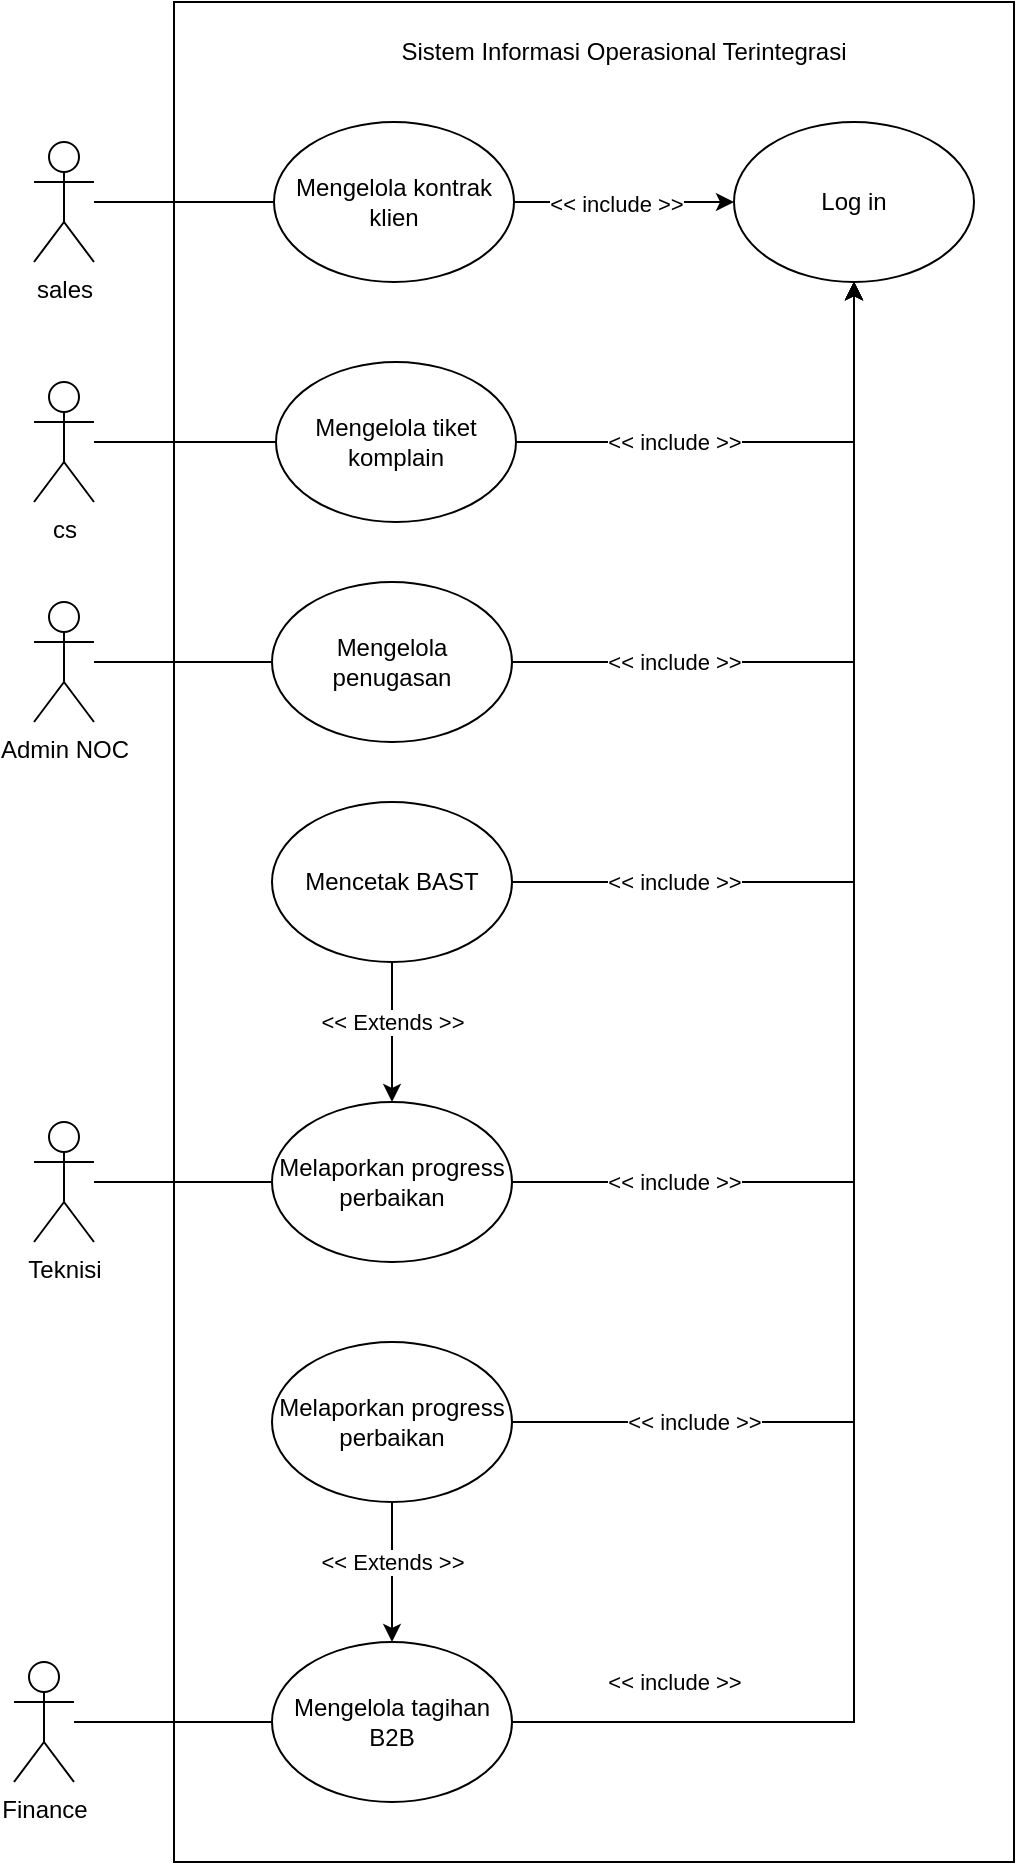
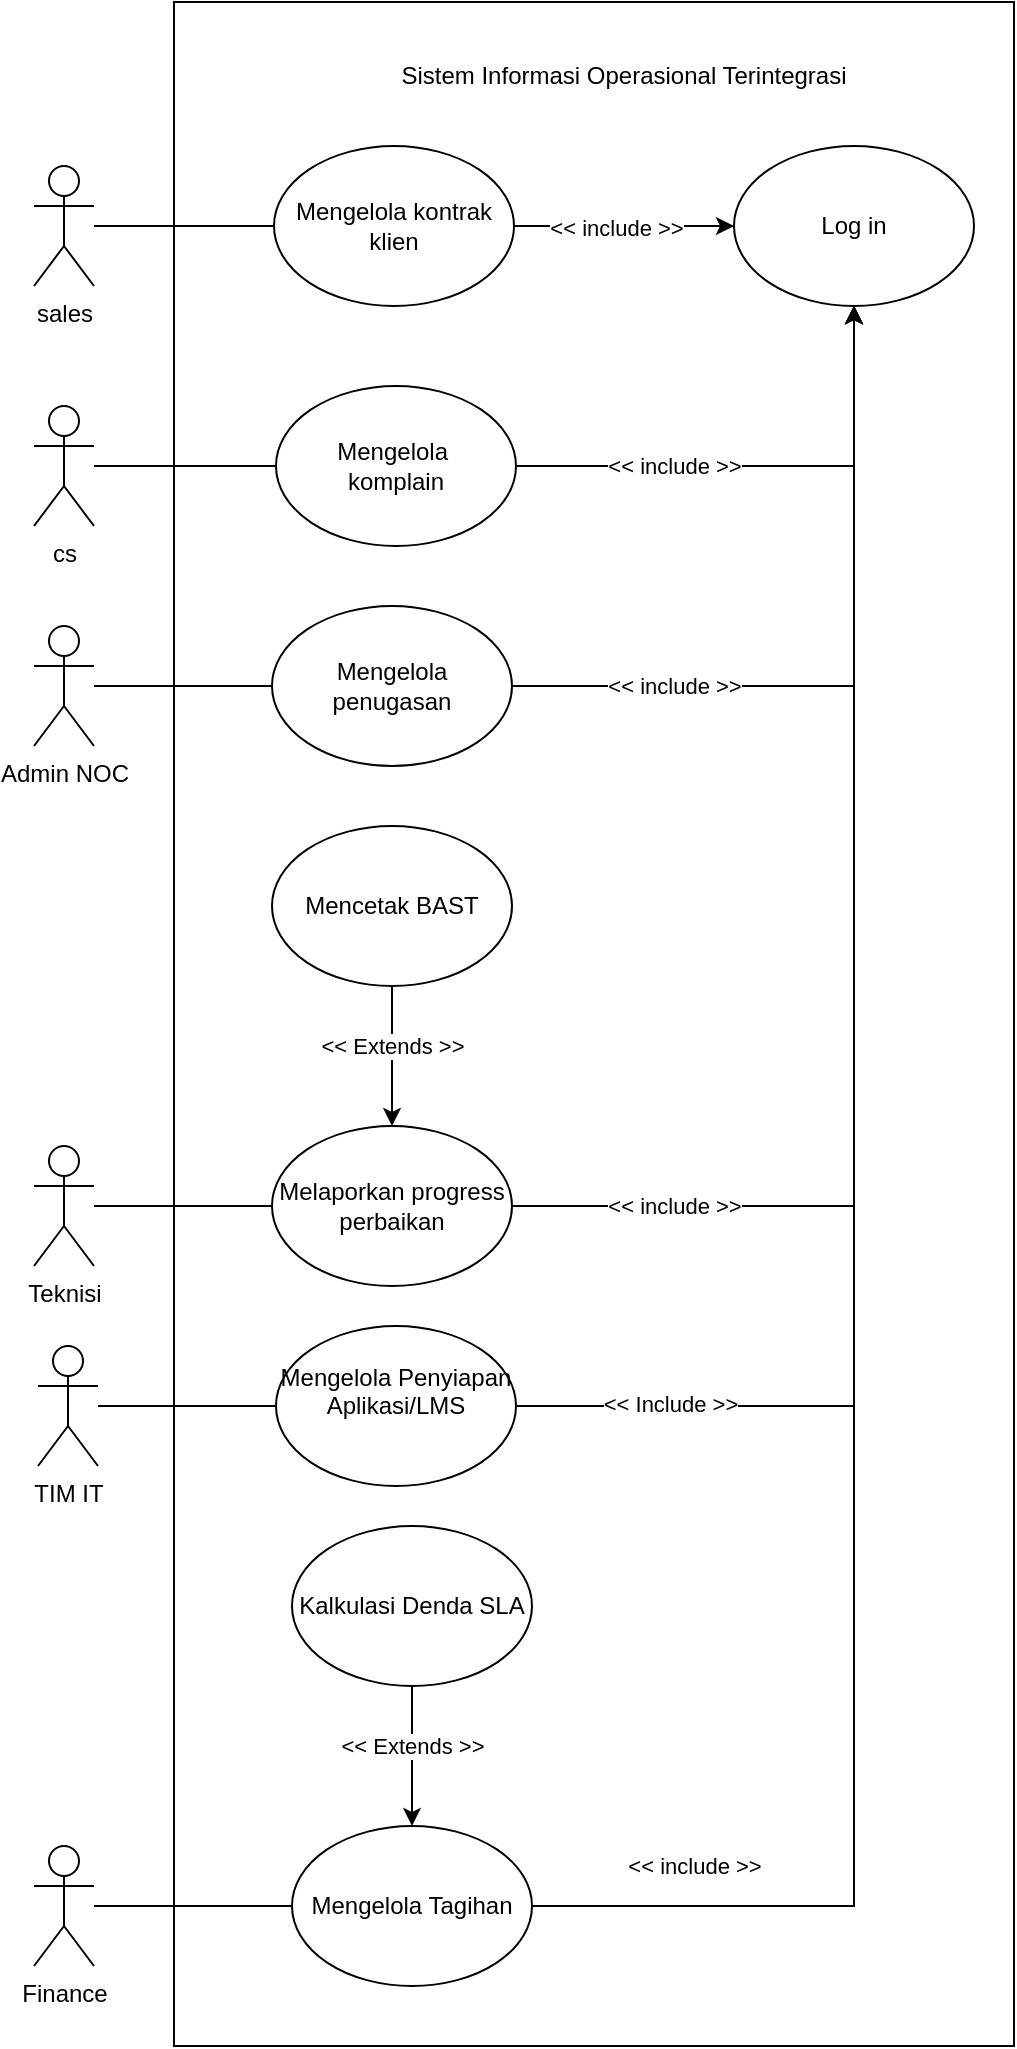
<mxfile host="app.diagrams.net">
  <diagram name="Halaman-1" id="tqs_mUWXiHPOxTAnvLCT">
-     <mxGraphModel dx="824" dy="456" grid="1" gridSize="10" guides="1" tooltips="1" connect="1" arrows="1" fold="1" page="1" pageScale="1" pageWidth="827" pageHeight="1169" math="0" shadow="0">
+     <mxGraphModel dx="1873" dy="1036" grid="1" gridSize="10" guides="1" tooltips="1" connect="1" arrows="1" fold="1" page="1" pageScale="1" pageWidth="827" pageHeight="1169" math="0" shadow="0">
      <root>
        <mxCell id="0" />
        <mxCell id="1" parent="0" />
        <mxCell id="lVlfZHm6UShKGzl6mXll-13" edge="1" parent="1" source="lVlfZHm6UShKGzl6mXll-1" style="edgeStyle=orthogonalEdgeStyle;rounded=0;orthogonalLoop=1;jettySize=auto;html=1;entryX=0;entryY=0.5;entryDx=0;entryDy=0;endArrow=none;endFill=0;" target="lVlfZHm6UShKGzl6mXll-4">
          <mxGeometry relative="1" as="geometry" />
        </mxCell>
        <mxCell id="lVlfZHm6UShKGzl6mXll-1" parent="1" style="shape=umlActor;verticalLabelPosition=bottom;verticalAlign=top;html=1;outlineConnect=0;" value="sales" vertex="1">
          <mxGeometry height="60" width="30" x="150" y="100" as="geometry" />
        </mxCell>
        <mxCell id="lVlfZHm6UShKGzl6mXll-14" edge="1" parent="1" source="lVlfZHm6UShKGzl6mXll-2" style="edgeStyle=orthogonalEdgeStyle;rounded=0;orthogonalLoop=1;jettySize=auto;html=1;endArrow=none;endFill=0;" target="lVlfZHm6UShKGzl6mXll-5">
          <mxGeometry relative="1" as="geometry" />
        </mxCell>
        <mxCell id="lVlfZHm6UShKGzl6mXll-2" parent="1" style="shape=umlActor;verticalLabelPosition=bottom;verticalAlign=top;html=1;outlineConnect=0;" value="cs" vertex="1">
          <mxGeometry height="60" width="30" x="150" y="220" as="geometry" />
        </mxCell>
        <mxCell id="lVlfZHm6UShKGzl6mXll-16" edge="1" parent="1" source="lVlfZHm6UShKGzl6mXll-3" style="edgeStyle=orthogonalEdgeStyle;rounded=0;orthogonalLoop=1;jettySize=auto;html=1;entryX=0;entryY=0.5;entryDx=0;entryDy=0;endArrow=none;endFill=0;" target="lVlfZHm6UShKGzl6mXll-6">
          <mxGeometry relative="1" as="geometry" />
        </mxCell>
        <mxCell id="lVlfZHm6UShKGzl6mXll-3" parent="1" style="shape=umlActor;verticalLabelPosition=bottom;verticalAlign=top;html=1;outlineConnect=0;" value="Admin NOC" vertex="1">
          <mxGeometry height="60" width="30" x="150" y="330" as="geometry" />
        </mxCell>
        <mxCell id="lVlfZHm6UShKGzl6mXll-33" edge="1" parent="1" source="lVlfZHm6UShKGzl6mXll-4" style="edgeStyle=orthogonalEdgeStyle;rounded=0;orthogonalLoop=1;jettySize=auto;html=1;entryX=0;entryY=0.5;entryDx=0;entryDy=0;" target="lVlfZHm6UShKGzl6mXll-24">
          <mxGeometry relative="1" as="geometry" />
        </mxCell>
        <mxCell id="lVlfZHm6UShKGzl6mXll-34" connectable="0" parent="lVlfZHm6UShKGzl6mXll-33" style="edgeLabel;html=1;align=center;verticalAlign=middle;resizable=0;points=[];" value="&amp;lt;&amp;lt; include &amp;gt;&amp;gt;" vertex="1">
          <mxGeometry relative="1" x="-0.0814" y="-1" as="geometry">
            <mxPoint as="offset" />
          </mxGeometry>
        </mxCell>
        <mxCell id="lVlfZHm6UShKGzl6mXll-4" parent="1" style="ellipse;whiteSpace=wrap;html=1;" value="Mengelola kontrak klien&lt;span style=&quot;color: rgba(0, 0, 0, 0); font-family: monospace; font-size: 0px; text-align: start; white-space: nowrap;&quot;&gt;%3CmxGraphModel%3E%3Croot%3E%3CmxCell%20id%3D%220%22%2F%3E%3CmxCell%20id%3D%221%22%20parent%3D%220%22%2F%3E%3CmxCell%20id%3D%222%22%20parent%3D%221%22%20style%3D%22shape%3DumlActor%3BverticalLabelPosition%3Dbottom%3BverticalAlign%3Dtop%3Bhtml%3D1%3BoutlineConnect%3D0%3B%22%20value%3D%22cs%22%20vertex%3D%221%22%3E%3CmxGeometry%20height%3D%2260%22%20width%3D%2230%22%20x%3D%22150%22%20y%3D%22210%22%20as%3D%22geometry%22%2F%3E%3C%2FmxCell%3E%3C%2Froot%3E%3C%2FmxGraphModel%3E&lt;/span&gt;&lt;span style=&quot;color: rgba(0, 0, 0, 0); font-family: monospace; font-size: 0px; text-align: start; white-space: nowrap;&quot;&gt;%3CmxGraphModel%3E%3Croot%3E%3CmxCell%20id%3D%220%22%2F%3E%3CmxCell%20id%3D%221%22%20parent%3D%220%22%2F%3E%3CmxCell%20id%3D%222%22%20parent%3D%221%22%20style%3D%22shape%3DumlActor%3BverticalLabelPosition%3Dbottom%3BverticalAlign%3Dtop%3Bhtml%3D1%3BoutlineConnect%3D0%3B%22%20value%3D%22cs%22%20vertex%3D%221%22%3E%3CmxGeometry%20height%3D%2260%22%20width%3D%2230%22%20x%3D%22150%22%20y%3D%22210%22%20as%3D%22geometry%22%2F%3E%3C%2FmxCell%3E%3C%2Froot%3E%3C%2FmxGraphModel%3E&lt;/span&gt;" vertex="1">
          <mxGeometry height="80" width="120" x="270" y="90" as="geometry" />
        </mxCell>
        <mxCell id="lVlfZHm6UShKGzl6mXll-32" edge="1" parent="1" source="lVlfZHm6UShKGzl6mXll-5" style="edgeStyle=orthogonalEdgeStyle;rounded=0;orthogonalLoop=1;jettySize=auto;html=1;entryX=0.5;entryY=1;entryDx=0;entryDy=0;" target="lVlfZHm6UShKGzl6mXll-24">
          <mxGeometry relative="1" as="geometry" />
        </mxCell>
-         <mxCell id="lVlfZHm6UShKGzl6mXll-5" parent="1" style="ellipse;whiteSpace=wrap;html=1;" value="Mengelola tiket komplain" vertex="1">
+         <mxCell id="lVlfZHm6UShKGzl6mXll-5" parent="1" style="ellipse;whiteSpace=wrap;html=1;" value="Mengelola&amp;nbsp;&lt;div&gt;komplain&lt;/div&gt;" vertex="1">
          <mxGeometry height="80" width="120" x="271" y="210" as="geometry" />
        </mxCell>
        <mxCell id="lVlfZHm6UShKGzl6mXll-25" edge="1" parent="1" source="lVlfZHm6UShKGzl6mXll-6" style="edgeStyle=orthogonalEdgeStyle;rounded=0;orthogonalLoop=1;jettySize=auto;html=1;" target="lVlfZHm6UShKGzl6mXll-24">
          <mxGeometry relative="1" as="geometry" />
        </mxCell>
        <mxCell id="lVlfZHm6UShKGzl6mXll-6" parent="1" style="ellipse;whiteSpace=wrap;html=1;" value="Mengelola penugasan" vertex="1">
          <mxGeometry height="80" width="120" x="269" y="320" as="geometry" />
        </mxCell>
        <mxCell id="lVlfZHm6UShKGzl6mXll-17" edge="1" parent="1" source="lVlfZHm6UShKGzl6mXll-7" style="edgeStyle=orthogonalEdgeStyle;rounded=0;orthogonalLoop=1;jettySize=auto;html=1;entryX=0.5;entryY=0;entryDx=0;entryDy=0;" target="lVlfZHm6UShKGzl6mXll-8">
-           <mxGeometry relative="1" as="geometry" />
-         </mxCell>
-         <mxCell id="lVlfZHm6UShKGzl6mXll-31" edge="1" parent="1" source="lVlfZHm6UShKGzl6mXll-7" style="edgeStyle=orthogonalEdgeStyle;rounded=0;orthogonalLoop=1;jettySize=auto;html=1;entryX=0.5;entryY=1;entryDx=0;entryDy=0;" target="lVlfZHm6UShKGzl6mXll-24">
          <mxGeometry relative="1" as="geometry" />
        </mxCell>
        <mxCell id="lVlfZHm6UShKGzl6mXll-7" parent="1" style="ellipse;whiteSpace=wrap;html=1;" value="Mencetak BAST" vertex="1">
          <mxGeometry height="80" width="120" x="269" y="430" as="geometry" />
        </mxCell>
        <mxCell id="lVlfZHm6UShKGzl6mXll-27" edge="1" parent="1" source="lVlfZHm6UShKGzl6mXll-8" style="edgeStyle=orthogonalEdgeStyle;rounded=0;orthogonalLoop=1;jettySize=auto;html=1;" target="lVlfZHm6UShKGzl6mXll-24">
          <mxGeometry relative="1" as="geometry" />
        </mxCell>
        <mxCell id="lVlfZHm6UShKGzl6mXll-8" parent="1" style="ellipse;whiteSpace=wrap;html=1;" value="Melaporkan progress perbaikan" vertex="1">
          <mxGeometry height="80" width="120" x="269" y="580" as="geometry" />
        </mxCell>
        <mxCell id="lVlfZHm6UShKGzl6mXll-23" edge="1" parent="1" source="lVlfZHm6UShKGzl6mXll-9" style="edgeStyle=orthogonalEdgeStyle;rounded=0;orthogonalLoop=1;jettySize=auto;html=1;entryX=0.5;entryY=0;entryDx=0;entryDy=0;" target="lVlfZHm6UShKGzl6mXll-10">
          <mxGeometry relative="1" as="geometry" />
        </mxCell>
-         <mxCell id="lVlfZHm6UShKGzl6mXll-29" edge="1" parent="1" source="lVlfZHm6UShKGzl6mXll-9" style="edgeStyle=orthogonalEdgeStyle;rounded=0;orthogonalLoop=1;jettySize=auto;html=1;entryX=0.5;entryY=1;entryDx=0;entryDy=0;" target="lVlfZHm6UShKGzl6mXll-24">
-           <mxGeometry relative="1" as="geometry" />
-         </mxCell>
-         <mxCell id="lVlfZHm6UShKGzl6mXll-9" parent="1" style="ellipse;whiteSpace=wrap;html=1;" value="Melaporkan progress perbaikan" vertex="1">
-           <mxGeometry height="80" width="120" x="269" y="700" as="geometry" />
+         <mxCell id="lVlfZHm6UShKGzl6mXll-9" parent="1" style="ellipse;whiteSpace=wrap;html=1;" value="Kalkulasi Denda SLA" vertex="1">
+           <mxGeometry height="80" width="120" x="279" y="780" as="geometry" />
        </mxCell>
        <mxCell id="lVlfZHm6UShKGzl6mXll-30" edge="1" parent="1" source="lVlfZHm6UShKGzl6mXll-10" style="edgeStyle=orthogonalEdgeStyle;rounded=0;orthogonalLoop=1;jettySize=auto;html=1;" target="lVlfZHm6UShKGzl6mXll-24">
          <mxGeometry relative="1" as="geometry" />
        </mxCell>
-         <mxCell id="lVlfZHm6UShKGzl6mXll-10" parent="1" style="ellipse;whiteSpace=wrap;html=1;" value="Mengelola tagihan B2B" vertex="1">
-           <mxGeometry height="80" width="120" x="269" y="850" as="geometry" />
+         <mxCell id="lVlfZHm6UShKGzl6mXll-10" parent="1" style="ellipse;whiteSpace=wrap;html=1;" value="Mengelola Tagihan" vertex="1">
+           <mxGeometry height="80" width="120" x="279" y="930" as="geometry" />
        </mxCell>
        <mxCell id="lVlfZHm6UShKGzl6mXll-19" edge="1" parent="1" source="lVlfZHm6UShKGzl6mXll-18" style="edgeStyle=orthogonalEdgeStyle;rounded=0;orthogonalLoop=1;jettySize=auto;html=1;endArrow=none;endFill=0;" target="lVlfZHm6UShKGzl6mXll-8">
          <mxGeometry relative="1" as="geometry" />
        </mxCell>
        <mxCell id="lVlfZHm6UShKGzl6mXll-18" parent="1" style="shape=umlActor;verticalLabelPosition=bottom;verticalAlign=top;html=1;outlineConnect=0;" value="Teknisi" vertex="1">
          <mxGeometry height="60" width="30" x="150" y="590" as="geometry" />
        </mxCell>
        <mxCell id="lVlfZHm6UShKGzl6mXll-21" edge="1" parent="1" source="lVlfZHm6UShKGzl6mXll-20" style="edgeStyle=orthogonalEdgeStyle;rounded=0;orthogonalLoop=1;jettySize=auto;html=1;endArrow=none;endFill=0;" target="lVlfZHm6UShKGzl6mXll-10">
          <mxGeometry relative="1" as="geometry" />
        </mxCell>
        <mxCell id="lVlfZHm6UShKGzl6mXll-20" parent="1" style="shape=umlActor;verticalLabelPosition=bottom;verticalAlign=top;html=1;outlineConnect=0;" value="Finance" vertex="1">
-           <mxGeometry height="60" width="30" x="140" y="860" as="geometry" />
+           <mxGeometry height="60" width="30" x="150" y="940" as="geometry" />
        </mxCell>
        <mxCell id="lVlfZHm6UShKGzl6mXll-24" parent="1" style="ellipse;whiteSpace=wrap;html=1;" value="Log in" vertex="1">
          <mxGeometry height="80" width="120" x="500" y="90" as="geometry" />
        </mxCell>
        <mxCell id="lVlfZHm6UShKGzl6mXll-35" connectable="0" parent="1" style="edgeLabel;html=1;align=center;verticalAlign=middle;resizable=0;points=[];" value="&amp;lt;&amp;lt; include &amp;gt;&amp;gt;" vertex="1">
          <mxGeometry x="470" y="250" as="geometry" />
        </mxCell>
        <mxCell id="lVlfZHm6UShKGzl6mXll-37" connectable="0" parent="1" style="edgeLabel;html=1;align=center;verticalAlign=middle;resizable=0;points=[];" value="&amp;lt;&amp;lt; include &amp;gt;&amp;gt;" vertex="1">
          <mxGeometry x="470" y="360" as="geometry" />
        </mxCell>
-         <mxCell id="lVlfZHm6UShKGzl6mXll-40" connectable="0" parent="1" style="edgeLabel;html=1;align=center;verticalAlign=middle;resizable=0;points=[];" value="&amp;lt;&amp;lt; include &amp;gt;&amp;gt;" vertex="1">
-           <mxGeometry x="470" y="470" as="geometry" />
-         </mxCell>
        <mxCell id="lVlfZHm6UShKGzl6mXll-45" connectable="0" parent="1" style="edgeLabel;html=1;align=center;verticalAlign=middle;resizable=0;points=[];" value="&amp;lt;&amp;lt; Extends &amp;gt;&amp;gt;" vertex="1">
          <mxGeometry x="329" y="540" as="geometry" />
        </mxCell>
        <mxCell id="lVlfZHm6UShKGzl6mXll-48" connectable="0" parent="1" style="edgeLabel;html=1;align=center;verticalAlign=middle;resizable=0;points=[];" value="&amp;lt;&amp;lt; include &amp;gt;&amp;gt;" vertex="1">
          <mxGeometry x="470" y="620" as="geometry" />
        </mxCell>
        <mxCell id="lVlfZHm6UShKGzl6mXll-49" connectable="0" parent="1" style="edgeLabel;html=1;align=center;verticalAlign=middle;resizable=0;points=[];" value="&amp;lt;&amp;lt; include &amp;gt;&amp;gt;" vertex="1">
-           <mxGeometry x="476" y="868" as="geometry">
+           <mxGeometry x="486" y="948" as="geometry">
            <mxPoint x="-6" y="2" as="offset" />
          </mxGeometry>
        </mxCell>
-         <mxCell id="lVlfZHm6UShKGzl6mXll-50" connectable="0" parent="1" style="edgeLabel;html=1;align=center;verticalAlign=middle;resizable=0;points=[];" value="&amp;lt;&amp;lt; include &amp;gt;&amp;gt;" vertex="1">
-           <mxGeometry x="480" y="740" as="geometry" />
-         </mxCell>
        <mxCell id="lVlfZHm6UShKGzl6mXll-51" connectable="0" parent="1" style="edgeLabel;html=1;align=center;verticalAlign=middle;resizable=0;points=[];" value="&amp;lt;&amp;lt; Extends &amp;gt;&amp;gt;" vertex="1">
-           <mxGeometry x="329" y="810" as="geometry" />
+           <mxGeometry x="339" y="890" as="geometry" />
        </mxCell>
        <mxCell id="lVlfZHm6UShKGzl6mXll-52" parent="1" style="rounded=0;whiteSpace=wrap;html=1;fillColor=none;" value="" vertex="1">
-           <mxGeometry height="930" width="420" x="220" y="30" as="geometry" />
+           <mxGeometry height="1022" width="420" x="220" y="18" as="geometry" />
        </mxCell>
        <mxCell id="yMOEb1umcnTsUppxUYJv-2" parent="1" style="text;html=1;whiteSpace=wrap;strokeColor=none;fillColor=none;align=center;verticalAlign=middle;rounded=0;" value="Sistem Informasi Operasional Terintegrasi" vertex="1">
          <mxGeometry height="30" width="250" x="320" y="40" as="geometry" />
+         </mxCell>
+         <mxCell id="TnkaGvaDomT-73en2CQ5-1" edge="1" parent="1" source="TnkaGvaDomT-73en2CQ5-2" style="edgeStyle=orthogonalEdgeStyle;rounded=0;orthogonalLoop=1;jettySize=auto;html=1;entryX=0;entryY=0.5;entryDx=0;entryDy=0;endArrow=none;endFill=0;" target="TnkaGvaDomT-73en2CQ5-3">
+           <mxGeometry relative="1" as="geometry" />
+         </mxCell>
+         <mxCell id="TnkaGvaDomT-73en2CQ5-2" parent="1" style="shape=umlActor;verticalLabelPosition=bottom;verticalAlign=top;html=1;outlineConnect=0;" value="TIM IT" vertex="1">
+           <mxGeometry height="60" width="30" x="152" y="690" as="geometry" />
+         </mxCell>
+         <mxCell id="TnkaGvaDomT-73en2CQ5-4" edge="1" parent="1" source="TnkaGvaDomT-73en2CQ5-3" style="edgeStyle=orthogonalEdgeStyle;rounded=0;orthogonalLoop=1;jettySize=auto;html=1;entryX=0.5;entryY=1;entryDx=0;entryDy=0;" target="lVlfZHm6UShKGzl6mXll-24">
+           <mxGeometry relative="1" as="geometry" />
+         </mxCell>
+         <mxCell id="TnkaGvaDomT-73en2CQ5-5" connectable="0" parent="TnkaGvaDomT-73en2CQ5-4" style="edgeLabel;html=1;align=center;verticalAlign=middle;resizable=0;points=[];" value="&amp;lt;&amp;lt; Include &amp;gt;&amp;gt;" vertex="1">
+           <mxGeometry relative="1" x="-0.7863" y="1" as="geometry">
+             <mxPoint as="offset" />
+           </mxGeometry>
+         </mxCell>
+         <mxCell id="TnkaGvaDomT-73en2CQ5-3" parent="1" style="ellipse;whiteSpace=wrap;html=1;" value="&#xa;Mengelola Penyiapan Aplikasi/LMS&#xa;&#xa;" vertex="1">
+           <mxGeometry height="80" width="120" x="271" y="680" as="geometry" />
        </mxCell>
      </root>
    </mxGraphModel>
  </diagram>
</mxfile>
